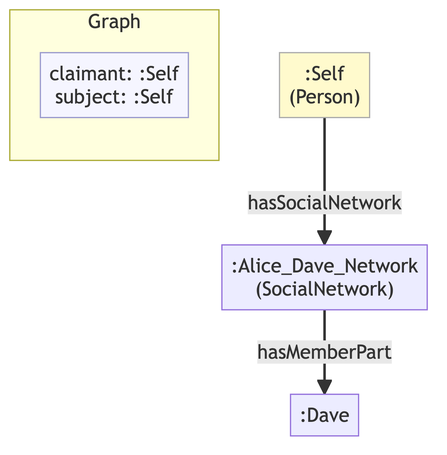
Earlier version of the Mermaid export example/graphs/images/graph-66.png (MeeFoundation/mia-ontologies). Its source is kept beside it as example/graphs/images/graph-66.mmd.
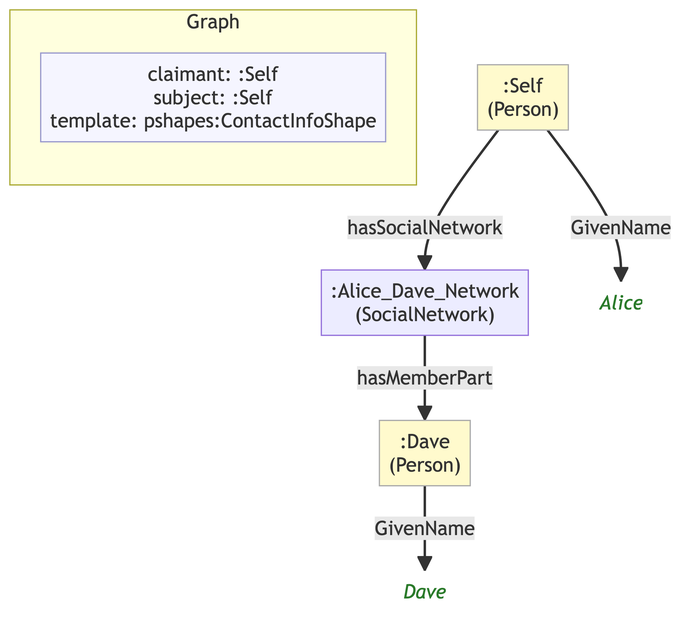
The same diagram one commit later.

Change to the diagram source:
```diff
@@ -6,12 +6,16 @@
 
     subgraph ctx["Graph"]
         direction LR
-        ctx_meta["claimant: :Self\nsubject: :Self"]:::meta
+        ctx_meta["claimant: :Self\nsubject: :Self\ntemplate: pshapes:ContactInfoShape"]:::meta
     end
 
     n221797f598d5[":Alice_Dave_Network\n(SocialNetwork)"]
-    n32c53aa356a4[":Dave"]
+    n1c28f5f47932[":Dave\n(Person)"]:::person
+    n8f2197ddb524("Dave"):::lit
     ne0c3ba92f1db[":Self\n(Person)"]:::person
+    n220c96ec8de9("Alice"):::lit
 
-    n221797f598d5 -->|"hasMemberPart"| n32c53aa356a4
+    n221797f598d5 -->|"hasMemberPart"| n1c28f5f47932
+    n1c28f5f47932 -->|"GivenName"| n8f2197ddb524
+    ne0c3ba92f1db -->|"GivenName"| n220c96ec8de9
     ne0c3ba92f1db -->|"hasSocialNetwork"| n221797f598d5
```
